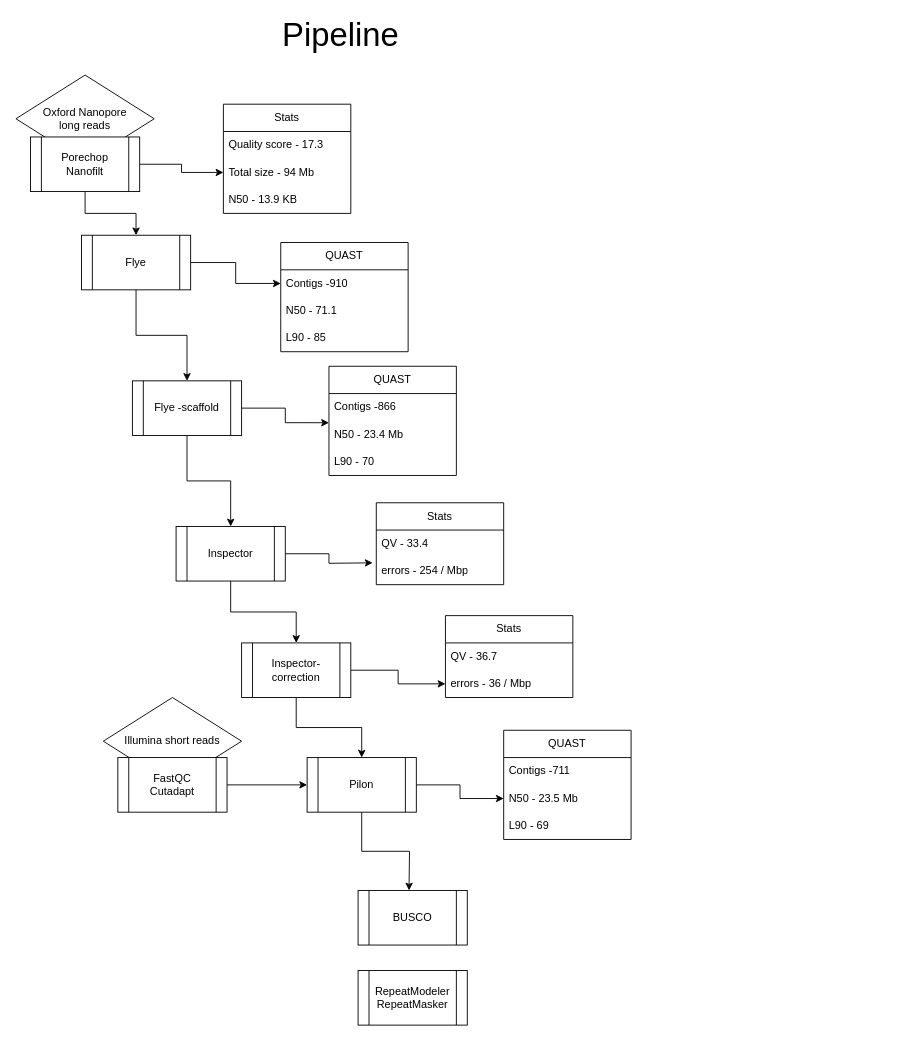
This is Untitled Diagram.drawio from anukrati0306/anukrati0306, a draw.io file, before an edit. Source tidied: cells renumbered, new cells numbered last; positions are measured from the earlier drawing's top-left corner, leaving out a move shared by most shapes. Both pictures are drawn from the tidied source at 91%, with x=0, y=0 at pixel (15, 16).
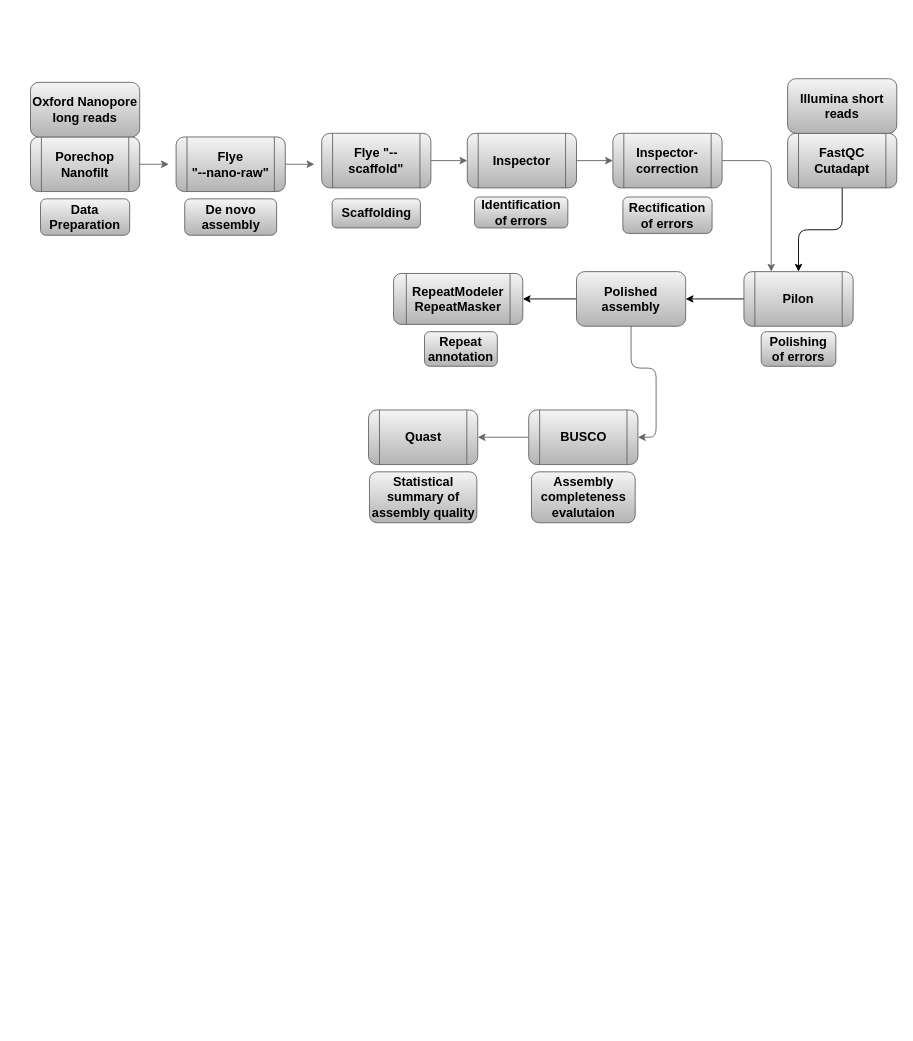
The same diagram, later.

Change to the diagram source:
```diff
@@
-    <mxCell id="2" style="edgeStyle=orthogonalEdgeStyle;rounded=0;jettySize=auto;html=1;entryX=0.5;entryY=0;entryDx=0;entryDy=0;" parent="1" edge="1" source="4" target="13">
-      <mxGeometry relative="1" as="geometry" />
-    </mxCell>
-    <mxCell id="3" style="edgeStyle=orthogonalEdgeStyle;rounded=0;jettySize=auto;html=1;entryX=0;entryY=0.5;entryDx=0;entryDy=0;" parent="1" edge="1" source="4" target="23">
-      <mxGeometry relative="1" as="geometry" />
-    </mxCell>
+    <mxCell id="49" style="edgeStyle=orthogonalEdgeStyle;rounded=1;jettySize=auto;html=1;fontStyle=1;fontSize=14;labelBackgroundColor=none;fontColor=default;fillColor=#f5f5f5;strokeColor=#666666;gradientColor=#b3b3b3;" parent="1" edge="1" source="4">
+      <mxGeometry relative="1" as="geometry">
+        <mxPoint x="328" y="162" as="targetPoint" />
+      </mxGeometry>
+    </mxCell>
-    <mxCell id="4" value="Flye" style="shape=process;whiteSpace=wrap;html=1;backgroundOutline=1;" parent="1" vertex="1">
-      <mxGeometry x="72" y="240" width="120" height="60" as="geometry" />
+    <mxCell id="4" value="Flye&lt;br style=&quot;font-size: 14px;&quot;&gt;&quot;--nano-raw&quot;" style="shape=process;whiteSpace=wrap;html=1;backgroundOutline=1;fontStyle=1;fontSize=14;labelBackgroundColor=none;rounded=1;fillColor=#f5f5f5;strokeColor=#666666;gradientColor=#b3b3b3;" parent="1" vertex="1">
+      <mxGeometry x="176" y="132" width="120" height="60" as="geometry" />
     </mxCell>
-    <mxCell id="5" style="edgeStyle=orthogonalEdgeStyle;rounded=0;jettySize=auto;html=1;entryX=0.5;entryY=0;entryDx=0;entryDy=0;" parent="1" edge="1" source="7" target="16">
+    <mxCell id="5" style="edgeStyle=orthogonalEdgeStyle;rounded=1;jettySize=auto;html=1;entryX=0.25;entryY=0;entryDx=0;entryDy=0;fontStyle=1;fontSize=14;labelBackgroundColor=none;fontColor=default;fillColor=#f5f5f5;strokeColor=#666666;gradientColor=#b3b3b3;" parent="1" edge="1" source="7" target="16">
       <mxGeometry relative="1" as="geometry" />
     </mxCell>
-    <mxCell id="6" style="edgeStyle=orthogonalEdgeStyle;rounded=0;jettySize=auto;html=1;entryX=0;entryY=0.5;entryDx=0;entryDy=0;" parent="1" edge="1" source="7" target="35">
-      <mxGeometry relative="1" as="geometry" />
-    </mxCell>
-    <mxCell id="7" value="Inspector-correction" style="shape=process;whiteSpace=wrap;html=1;backgroundOutline=1;" parent="1" vertex="1">
-      <mxGeometry x="248" y="688" width="120" height="60" as="geometry" />
+    <mxCell id="7" value="Inspector-correction" style="shape=process;whiteSpace=wrap;html=1;backgroundOutline=1;fontStyle=1;fontSize=14;labelBackgroundColor=none;rounded=1;fillColor=#f5f5f5;strokeColor=#666666;gradientColor=#b3b3b3;" parent="1" vertex="1">
+      <mxGeometry x="656" y="128" width="120" height="60" as="geometry" />
     </mxCell>
-    <mxCell id="8" style="edgeStyle=orthogonalEdgeStyle;rounded=0;jettySize=auto;html=1;entryX=0.5;entryY=0;entryDx=0;entryDy=0;" parent="1" edge="1" source="10" target="7">
+    <mxCell id="8" style="edgeStyle=orthogonalEdgeStyle;rounded=1;jettySize=auto;html=1;entryX=0;entryY=0.5;entryDx=0;entryDy=0;fontStyle=1;fontSize=14;labelBackgroundColor=none;fontColor=default;fillColor=#f5f5f5;strokeColor=#666666;gradientColor=#b3b3b3;" parent="1" edge="1" source="10" target="7">
       <mxGeometry relative="1" as="geometry" />
     </mxCell>
-    <mxCell id="9" style="edgeStyle=orthogonalEdgeStyle;rounded=0;jettySize=auto;html=1;" parent="1" edge="1" source="10">
-      <mxGeometry relative="1" as="geometry">
-        <mxPoint x="392" y="600" as="targetPoint" />
-      </mxGeometry>
-    </mxCell>
-    <mxCell id="10" value="Inspector" style="shape=process;whiteSpace=wrap;html=1;backgroundOutline=1;" parent="1" vertex="1">
-      <mxGeometry x="176" y="560" width="120" height="60" as="geometry" />
+    <mxCell id="10" value="Inspector" style="shape=process;whiteSpace=wrap;html=1;backgroundOutline=1;fontStyle=1;fontSize=14;labelBackgroundColor=none;rounded=1;fillColor=#f5f5f5;strokeColor=#666666;gradientColor=#b3b3b3;" parent="1" vertex="1">
+      <mxGeometry x="496" y="128" width="120" height="60" as="geometry" />
     </mxCell>
-    <mxCell id="11" style="edgeStyle=orthogonalEdgeStyle;rounded=0;jettySize=auto;html=1;entryX=0.5;entryY=0;entryDx=0;entryDy=0;" parent="1" edge="1" source="13" target="10">
+    <mxCell id="11" style="edgeStyle=orthogonalEdgeStyle;rounded=1;jettySize=auto;html=1;entryX=0;entryY=0.5;entryDx=0;entryDy=0;fontStyle=1;fontSize=14;labelBackgroundColor=none;fontColor=default;fillColor=#f5f5f5;strokeColor=#666666;gradientColor=#b3b3b3;" parent="1" edge="1" source="13" target="10">
       <mxGeometry relative="1" as="geometry" />
     </mxCell>
-    <mxCell id="12" style="edgeStyle=orthogonalEdgeStyle;rounded=0;jettySize=auto;html=1;entryX=0;entryY=0.067;entryDx=0;entryDy=0;entryPerimeter=0;" parent="1" edge="1" source="13" target="28">
-      <mxGeometry relative="1" as="geometry" />
-    </mxCell>
-    <mxCell id="13" value="Flye -scaffold" style="shape=process;whiteSpace=wrap;html=1;backgroundOutline=1;" parent="1" vertex="1">
-      <mxGeometry x="128" y="400" width="120" height="60" as="geometry" />
+    <mxCell id="13" value="Flye &quot;--scaffold&quot;" style="shape=process;whiteSpace=wrap;html=1;backgroundOutline=1;fontStyle=1;fontSize=14;labelBackgroundColor=none;rounded=1;fillColor=#f5f5f5;strokeColor=#666666;gradientColor=#b3b3b3;" parent="1" vertex="1">
+      <mxGeometry x="336" y="128" width="120" height="60" as="geometry" />
     </mxCell>
-    <mxCell id="14" style="edgeStyle=orthogonalEdgeStyle;rounded=0;jettySize=auto;html=1;entryX=0;entryY=0.5;entryDx=0;entryDy=0;" parent="1" edge="1" source="16" target="38">
-      <mxGeometry relative="1" as="geometry" />
-    </mxCell>
-    <mxCell id="15" style="edgeStyle=orthogonalEdgeStyle;rounded=0;jettySize=auto;html=1;" parent="1" edge="1" source="16">
-      <mxGeometry relative="1" as="geometry">
-        <mxPoint x="432" y="960" as="targetPoint" />
-      </mxGeometry>
-    </mxCell>
+    <mxCell id="50" style="edgeStyle=orthogonalEdgeStyle;rounded=1;jettySize=auto;html=1;entryX=1;entryY=0.5;entryDx=0;entryDy=0;" parent="1" edge="1" source="16" target="62">
+      <mxGeometry relative="1" as="geometry" />
+    </mxCell>
-    <mxCell id="16" value="Pilon" style="shape=process;whiteSpace=wrap;html=1;backgroundOutline=1;" parent="1" vertex="1">
-      <mxGeometry x="320" y="814" width="120" height="60" as="geometry" />
+    <mxCell id="16" value="Pilon" style="shape=process;whiteSpace=wrap;html=1;backgroundOutline=1;fontStyle=1;fontSize=14;labelBackgroundColor=none;rounded=1;fillColor=#f5f5f5;strokeColor=#666666;gradientColor=#b3b3b3;" parent="1" vertex="1">
+      <mxGeometry x="800" y="280" width="120" height="60" as="geometry" />
     </mxCell>
-    <mxCell id="17" value="&lt;div&gt;Oxford Nanopore &lt;br&gt;&lt;/div&gt;&lt;div&gt;long reads&lt;br&gt;&lt;/div&gt;" style="rhombus;whiteSpace=wrap;html=1;" parent="1" vertex="1">
-      <mxGeometry y="64" width="152" height="96" as="geometry" />
-    </mxCell>
-    <mxCell id="18" value="Stats" style="swimlane;fontStyle=0;horizontal=1;startSize=30;whiteSpace=wrap;html=1;" parent="1" vertex="1">
-      <mxGeometry x="228" y="96" width="140" height="120" as="geometry" />
-    </mxCell>
-    <mxCell id="19" value="Quality score - 17.3" style="text;strokeColor=none;fillColor=none;align=left;verticalAlign=middle;spacingLeft=4;spacingRight=4;overflow=hidden;whiteSpace=wrap;html=1;" parent="18" vertex="1">
-      <mxGeometry y="30" width="140" height="30" as="geometry" />
-    </mxCell>
-    <mxCell id="20" value="Total size - 94 Mb" style="text;strokeColor=none;fillColor=none;align=left;verticalAlign=middle;spacingLeft=4;spacingRight=4;overflow=hidden;points=[[0,0.5],[1,0.5]];portConstraint=eastwest;whiteSpace=wrap;html=1;" parent="18" vertex="1">
-      <mxGeometry y="60" width="140" height="30" as="geometry" />
-    </mxCell>
-    <mxCell id="21" value="N50 - 13.9 KB" style="text;strokeColor=none;fillColor=none;align=left;verticalAlign=middle;spacingLeft=4;spacingRight=4;overflow=hidden;whiteSpace=wrap;html=1;" parent="18" vertex="1">
-      <mxGeometry y="90" width="140" height="30" as="geometry" />
-    </mxCell>
-    <mxCell id="22" value="QUAST" style="swimlane;fontStyle=0;horizontal=1;startSize=30;whiteSpace=wrap;html=1;" parent="1" vertex="1">
-      <mxGeometry x="291" y="248" width="140" height="120" as="geometry" />
-    </mxCell>
-    <mxCell id="23" value="Contigs -910" style="text;strokeColor=none;fillColor=none;align=left;verticalAlign=middle;spacingLeft=4;spacingRight=4;overflow=hidden;points=[[0,0.5],[1,0.5]];portConstraint=eastwest;whiteSpace=wrap;html=1;" parent="22" vertex="1">
-      <mxGeometry y="30" width="140" height="30" as="geometry" />
-    </mxCell>
-    <mxCell id="24" value="N50 - 71.1" style="text;strokeColor=none;fillColor=none;align=left;verticalAlign=middle;spacingLeft=4;spacingRight=4;overflow=hidden;whiteSpace=wrap;html=1;" parent="22" vertex="1">
-      <mxGeometry y="60" width="140" height="30" as="geometry" />
-    </mxCell>
-    <mxCell id="25" value="L90 - 85 " style="text;strokeColor=none;fillColor=none;align=left;verticalAlign=middle;spacingLeft=4;spacingRight=4;overflow=hidden;whiteSpace=wrap;html=1;" parent="22" vertex="1">
-      <mxGeometry y="90" width="140" height="30" as="geometry" />
-    </mxCell>
-    <mxCell id="26" value="QUAST" style="swimlane;fontStyle=0;horizontal=1;startSize=30;whiteSpace=wrap;html=1;" parent="1" vertex="1">
-      <mxGeometry x="344" y="384" width="140" height="120" as="geometry" />
-    </mxCell>
-    <mxCell id="27" value="Contigs -866" style="text;strokeColor=none;fillColor=none;align=left;verticalAlign=middle;spacingLeft=4;spacingRight=4;overflow=hidden;whiteSpace=wrap;html=1;" parent="26" vertex="1">
-      <mxGeometry y="30" width="140" height="30" as="geometry" />
-    </mxCell>
-    <mxCell id="28" value="N50 - 23.4 Mb" style="text;strokeColor=none;fillColor=none;align=left;verticalAlign=middle;spacingLeft=4;spacingRight=4;overflow=hidden;points=[[0,0.5],[1,0.5]];portConstraint=eastwest;whiteSpace=wrap;html=1;" parent="26" vertex="1">
-      <mxGeometry y="60" width="140" height="30" as="geometry" />
-    </mxCell>
-    <mxCell id="29" value="L90 - 70 " style="text;strokeColor=none;fillColor=none;align=left;verticalAlign=middle;spacingLeft=4;spacingRight=4;overflow=hidden;whiteSpace=wrap;html=1;" parent="26" vertex="1">
-      <mxGeometry y="90" width="140" height="30" as="geometry" />
-    </mxCell>
-    <mxCell id="30" value="Stats" style="swimlane;fontStyle=0;horizontal=1;startSize=30;whiteSpace=wrap;html=1;" parent="1" vertex="1">
-      <mxGeometry x="396" y="534" width="140" height="90" as="geometry" />
-    </mxCell>
-    <mxCell id="31" value="QV - 33.4" style="text;strokeColor=none;fillColor=none;align=left;verticalAlign=middle;spacingLeft=4;spacingRight=4;overflow=hidden;whiteSpace=wrap;html=1;" parent="30" vertex="1">
-      <mxGeometry y="30" width="140" height="30" as="geometry" />
-    </mxCell>
-    <mxCell id="32" value="errors - 254 / Mbp" style="text;strokeColor=none;fillColor=none;align=left;verticalAlign=middle;spacingLeft=4;spacingRight=4;overflow=hidden;whiteSpace=wrap;html=1;" parent="30" vertex="1">
-      <mxGeometry y="60" width="140" height="30" as="geometry" />
-    </mxCell>
-    <mxCell id="33" value="Stats" style="swimlane;fontStyle=0;horizontal=1;startSize=30;whiteSpace=wrap;html=1;" parent="1" vertex="1">
-      <mxGeometry x="472" y="658" width="140" height="90" as="geometry" />
-    </mxCell>
-    <mxCell id="34" value="QV - 36.7" style="text;strokeColor=none;fillColor=none;align=left;verticalAlign=middle;spacingLeft=4;spacingRight=4;overflow=hidden;whiteSpace=wrap;html=1;" parent="33" vertex="1">
-      <mxGeometry y="30" width="140" height="30" as="geometry" />
-    </mxCell>
-    <mxCell id="35" value="errors - 36 / Mbp" style="text;strokeColor=none;fillColor=none;align=left;verticalAlign=middle;spacingLeft=4;spacingRight=4;overflow=hidden;points=[[0,0.5],[1,0.5]];portConstraint=eastwest;whiteSpace=wrap;html=1;" parent="33" vertex="1">
-      <mxGeometry y="60" width="140" height="30" as="geometry" />
-    </mxCell>
-    <mxCell id="36" value="QUAST" style="swimlane;fontStyle=0;horizontal=1;startSize=30;whiteSpace=wrap;html=1;" parent="1" vertex="1">
-      <mxGeometry x="536" y="784" width="140" height="120" as="geometry" />
-    </mxCell>
-    <mxCell id="37" value="Contigs -711" style="text;strokeColor=none;fillColor=none;align=left;verticalAlign=middle;spacingLeft=4;spacingRight=4;overflow=hidden;whiteSpace=wrap;html=1;" parent="36" vertex="1">
-      <mxGeometry y="30" width="140" height="30" as="geometry" />
-    </mxCell>
-    <mxCell id="38" value="N50 - 23.5 Mb" style="text;strokeColor=none;fillColor=none;align=left;verticalAlign=middle;spacingLeft=4;spacingRight=4;overflow=hidden;points=[[0,0.5],[1,0.5]];portConstraint=eastwest;whiteSpace=wrap;html=1;" parent="36" vertex="1">
-      <mxGeometry y="60" width="140" height="30" as="geometry" />
-    </mxCell>
-    <mxCell id="39" value="L90 - 69 " style="text;strokeColor=none;fillColor=none;align=left;verticalAlign=middle;spacingLeft=4;spacingRight=4;overflow=hidden;whiteSpace=wrap;html=1;" parent="36" vertex="1">
-      <mxGeometry y="90" width="140" height="30" as="geometry" />
-    </mxCell>
-    <mxCell id="40" value="Illumina short reads" style="rhombus;whiteSpace=wrap;html=1;" parent="1" vertex="1">
-      <mxGeometry x="96" y="748" width="152" height="96" as="geometry" />
-    </mxCell>
-    <mxCell id="41" style="edgeStyle=orthogonalEdgeStyle;rounded=0;jettySize=auto;html=1;entryX=0;entryY=0.5;entryDx=0;entryDy=0;" parent="1" edge="1" source="42" target="16">
+    <mxCell id="41" style="edgeStyle=orthogonalEdgeStyle;rounded=1;jettySize=auto;html=1;entryX=0.5;entryY=0;entryDx=0;entryDy=0;" parent="1" edge="1" source="42" target="16">
       <mxGeometry relative="1" as="geometry" />
     </mxCell>
-    <mxCell id="42" value="&lt;div&gt;FastQC&lt;/div&gt;&lt;div&gt;Cutadapt&lt;br&gt;&lt;/div&gt;" style="shape=process;whiteSpace=wrap;html=1;backgroundOutline=1;" parent="1" vertex="1">
-      <mxGeometry x="112" y="814" width="120" height="60" as="geometry" />
+    <mxCell id="42" value="&lt;div style=&quot;font-size: 14px;&quot;&gt;FastQC&lt;/div&gt;&lt;div style=&quot;font-size: 14px;&quot;&gt;Cutadapt&lt;br style=&quot;font-size: 14px;&quot;&gt;&lt;/div&gt;" style="shape=process;whiteSpace=wrap;html=1;backgroundOutline=1;fontStyle=1;fontSize=14;labelBackgroundColor=none;rounded=1;fillColor=#f5f5f5;strokeColor=#666666;gradientColor=#b3b3b3;" parent="1" vertex="1">
+      <mxGeometry x="848" y="128" width="120" height="60" as="geometry" />
     </mxCell>
-    <mxCell id="43" style="edgeStyle=orthogonalEdgeStyle;rounded=0;jettySize=auto;html=1;entryX=0;entryY=0.5;entryDx=0;entryDy=0;" parent="1" edge="1" source="45" target="20">
-      <mxGeometry relative="1" as="geometry" />
-    </mxCell>
-    <mxCell id="44" style="edgeStyle=orthogonalEdgeStyle;rounded=0;jettySize=auto;html=1;entryX=0.5;entryY=0;entryDx=0;entryDy=0;" parent="1" edge="1" source="45" target="4">
-      <mxGeometry relative="1" as="geometry" />
-    </mxCell>
+    <mxCell id="51" style="edgeStyle=orthogonalEdgeStyle;rounded=1;jettySize=auto;html=1;fontStyle=1;fontSize=14;labelBackgroundColor=none;fontColor=default;fillColor=#f5f5f5;strokeColor=#666666;gradientColor=#b3b3b3;" parent="1" edge="1" source="45">
+      <mxGeometry relative="1" as="geometry">
+        <mxPoint x="168" y="162" as="targetPoint" />
+      </mxGeometry>
+    </mxCell>
-    <mxCell id="45" value="&lt;div&gt;Porechop&lt;/div&gt;&lt;div&gt;Nanofilt&lt;br&gt;&lt;/div&gt;" style="shape=process;whiteSpace=wrap;html=1;backgroundOutline=1;" parent="1" vertex="1">
+    <mxCell id="45" value="&lt;div style=&quot;font-size: 14px;&quot;&gt;Porechop&lt;/div&gt;&lt;div style=&quot;font-size: 14px;&quot;&gt;Nanofilt&lt;br style=&quot;font-size: 14px;&quot;&gt;&lt;/div&gt;" style="shape=process;whiteSpace=wrap;html=1;backgroundOutline=1;fontStyle=1;fontSize=14;labelBackgroundColor=none;rounded=1;fillColor=#f5f5f5;strokeColor=#666666;gradientColor=#b3b3b3;" parent="1" vertex="1">
       <mxGeometry x="16" y="132" width="120" height="60" as="geometry" />
     </mxCell>
-    <mxCell id="46" value="&lt;font style=&quot;font-size: 36px;&quot;&gt;Pipeline&lt;/font&gt;" style="text;html=1;strokeColor=none;fillColor=none;align=center;verticalAlign=middle;whiteSpace=wrap;rounded=0;" parent="1" vertex="1">
-      <mxGeometry x="283" width="148" height="40" as="geometry" />
-    </mxCell>
+    <mxCell id="52" style="edgeStyle=orthogonalEdgeStyle;rounded=1;jettySize=auto;html=1;entryX=1;entryY=0.5;entryDx=0;entryDy=0;fontStyle=1;fontSize=14;labelBackgroundColor=none;fontColor=default;fillColor=#f5f5f5;strokeColor=#666666;gradientColor=#b3b3b3;" parent="1" edge="1" source="47" target="53">
+      <mxGeometry relative="1" as="geometry" />
+    </mxCell>
-    <mxCell id="47" value="BUSCO" style="shape=process;whiteSpace=wrap;html=1;backgroundOutline=1;" parent="1" vertex="1">
-      <mxGeometry x="376" y="960" width="120" height="60" as="geometry" />
+    <mxCell id="47" value="BUSCO" style="shape=process;whiteSpace=wrap;html=1;backgroundOutline=1;fontStyle=1;fontSize=14;labelBackgroundColor=none;rounded=1;fillColor=#f5f5f5;strokeColor=#666666;gradientColor=#b3b3b3;" parent="1" vertex="1">
+      <mxGeometry x="563.5" y="432" width="120" height="60" as="geometry" />
     </mxCell>
-    <mxCell id="48" value="&lt;div&gt;RepeatModeler&lt;/div&gt;&lt;div&gt;RepeatMasker&lt;br&gt;&lt;/div&gt;" style="shape=process;whiteSpace=wrap;html=1;backgroundOutline=1;" parent="1" vertex="1">
-      <mxGeometry x="376" y="1048" width="120" height="60" as="geometry" />
+    <mxCell id="48" value="&lt;div style=&quot;font-size: 14px;&quot;&gt;RepeatModeler&lt;/div&gt;&lt;div style=&quot;font-size: 14px;&quot;&gt;RepeatMasker&lt;br style=&quot;font-size: 14px;&quot;&gt;&lt;/div&gt;" style="shape=process;whiteSpace=wrap;html=1;backgroundOutline=1;fontStyle=1;fontSize=14;labelBackgroundColor=none;rounded=1;fillColor=#f5f5f5;strokeColor=#666666;gradientColor=#b3b3b3;" parent="1" vertex="1">
+      <mxGeometry x="415" y="282" width="142" height="56" as="geometry" />
     </mxCell>
+    <mxCell id="53" value="Quast" style="shape=process;whiteSpace=wrap;html=1;backgroundOutline=1;fontStyle=1;fontSize=14;labelBackgroundColor=none;rounded=1;fillColor=#f5f5f5;strokeColor=#666666;gradientColor=#b3b3b3;" parent="1" vertex="1">
+      <mxGeometry x="387.5" y="432" width="120" height="60" as="geometry" />
+    </mxCell>
+    <mxCell id="54" value="Data Preparation" style="text;html=1;align=center;verticalAlign=middle;whiteSpace=wrap;rounded=1;fontStyle=1;fontSize=14;labelBackgroundColor=none;fillColor=#f5f5f5;strokeColor=#666666;gradientColor=#b3b3b3;" parent="1" vertex="1">
+      <mxGeometry x="27" y="200" width="98" height="40" as="geometry" />
+    </mxCell>
+    <mxCell id="55" value="De novo&lt;br style=&quot;font-size: 14px;&quot;&gt;assembly" style="text;html=1;align=center;verticalAlign=middle;whiteSpace=wrap;rounded=1;fontStyle=1;fontSize=14;labelBackgroundColor=none;fillColor=#f5f5f5;strokeColor=#666666;gradientColor=#b3b3b3;" parent="1" vertex="1">
+      <mxGeometry x="185.5" y="200" width="101" height="40" as="geometry" />
+    </mxCell>
+    <mxCell id="56" value="Scaffolding" style="text;html=1;align=center;verticalAlign=middle;whiteSpace=wrap;rounded=1;fontStyle=1;fontSize=14;labelBackgroundColor=none;fillColor=#f5f5f5;strokeColor=#666666;gradientColor=#b3b3b3;" parent="1" vertex="1">
+      <mxGeometry x="347.5" y="200" width="97" height="32" as="geometry" />
+    </mxCell>
+    <mxCell id="57" value="Identification of errors" style="text;html=1;align=center;verticalAlign=middle;whiteSpace=wrap;rounded=1;fontStyle=1;fontSize=14;labelBackgroundColor=none;fillColor=#f5f5f5;strokeColor=#666666;gradientColor=#b3b3b3;" parent="1" vertex="1">
+      <mxGeometry x="504" y="198" width="102.5" height="34" as="geometry" />
+    </mxCell>
+    <mxCell id="58" value="Rectification of errors" style="text;html=1;align=center;verticalAlign=middle;whiteSpace=wrap;rounded=1;fontStyle=1;fontSize=14;labelBackgroundColor=none;fillColor=#f5f5f5;strokeColor=#666666;gradientColor=#b3b3b3;" parent="1" vertex="1">
+      <mxGeometry x="667" y="198" width="98" height="40" as="geometry" />
+    </mxCell>
+    <mxCell id="59" value="Polishing of errors" style="text;html=1;align=center;verticalAlign=middle;whiteSpace=wrap;rounded=1;fontStyle=1;fontSize=14;labelBackgroundColor=none;fillColor=#f5f5f5;strokeColor=#666666;gradientColor=#b3b3b3;" parent="1" vertex="1">
+      <mxGeometry x="819" y="346" width="82" height="38" as="geometry" />
+    </mxCell>
+    <mxCell id="60" style="edgeStyle=orthogonalEdgeStyle;rounded=1;jettySize=auto;html=1;entryX=1;entryY=0.5;entryDx=0;entryDy=0;fontStyle=1;fontSize=14;labelBackgroundColor=none;fontColor=default;fillColor=#f5f5f5;strokeColor=#666666;gradientColor=#b3b3b3;" parent="1" edge="1" source="62" target="47">
+      <mxGeometry relative="1" as="geometry" />
+    </mxCell>
+    <mxCell id="61" style="edgeStyle=orthogonalEdgeStyle;rounded=1;jettySize=auto;html=1;entryX=1;entryY=0.5;entryDx=0;entryDy=0;" parent="1" edge="1" source="62" target="48">
+      <mxGeometry relative="1" as="geometry" />
+    </mxCell>
+    <mxCell id="62" value="Polished assembly" style="rounded=1;whiteSpace=wrap;html=1;fontStyle=1;fontSize=14;labelBackgroundColor=none;fillColor=#f5f5f5;strokeColor=#666666;gradientColor=#b3b3b3;" parent="1" vertex="1">
+      <mxGeometry x="616" y="280" width="120" height="60" as="geometry" />
+    </mxCell>
+    <mxCell id="63" value="Repeat&lt;br style=&quot;font-size: 14px;&quot;&gt;annotation" style="text;html=1;align=center;verticalAlign=middle;whiteSpace=wrap;rounded=1;fontStyle=1;fontSize=14;labelBackgroundColor=none;fillColor=#f5f5f5;strokeColor=#666666;gradientColor=#b3b3b3;" parent="1" vertex="1">
+      <mxGeometry x="449" y="346" width="80" height="38" as="geometry" />
+    </mxCell>
+    <mxCell id="64" value="Assembly completeness evalutaion" style="text;html=1;align=center;verticalAlign=middle;whiteSpace=wrap;rounded=1;fontStyle=1;fontSize=14;labelBackgroundColor=none;fillColor=#f5f5f5;strokeColor=#666666;gradientColor=#b3b3b3;" parent="1" vertex="1">
+      <mxGeometry x="566.5" y="500" width="114" height="56" as="geometry" />
+    </mxCell>
+    <mxCell id="65" value="Statistical summary of assembly quality" style="text;html=1;align=center;verticalAlign=middle;whiteSpace=wrap;rounded=1;fontStyle=1;fontSize=14;labelBackgroundColor=none;fillColor=#f5f5f5;strokeColor=#666666;gradientColor=#b3b3b3;" parent="1" vertex="1">
+      <mxGeometry x="388.5" y="500" width="118" height="56" as="geometry" />
+    </mxCell>
+    <mxCell id="17" value="Oxford Nanopore&lt;br style=&quot;font-size: 14px;&quot;&gt;long reads" style="rounded=1;whiteSpace=wrap;html=1;fontStyle=1;fontSize=14;labelBackgroundColor=none;fillColor=#f5f5f5;strokeColor=#666666;gradientColor=#b3b3b3;" parent="1" vertex="1">
+      <mxGeometry x="16" y="72" width="120" height="60" as="geometry" />
+    </mxCell>
+    <mxCell id="40" value="Illumina short reads" style="rounded=1;whiteSpace=wrap;html=1;fontStyle=1;fontSize=14;labelBackgroundColor=none;fillColor=#f5f5f5;strokeColor=#666666;gradientColor=#b3b3b3;" parent="1" vertex="1">
+      <mxGeometry x="848" y="68" width="120" height="60" as="geometry" />
+    </mxCell>
```
